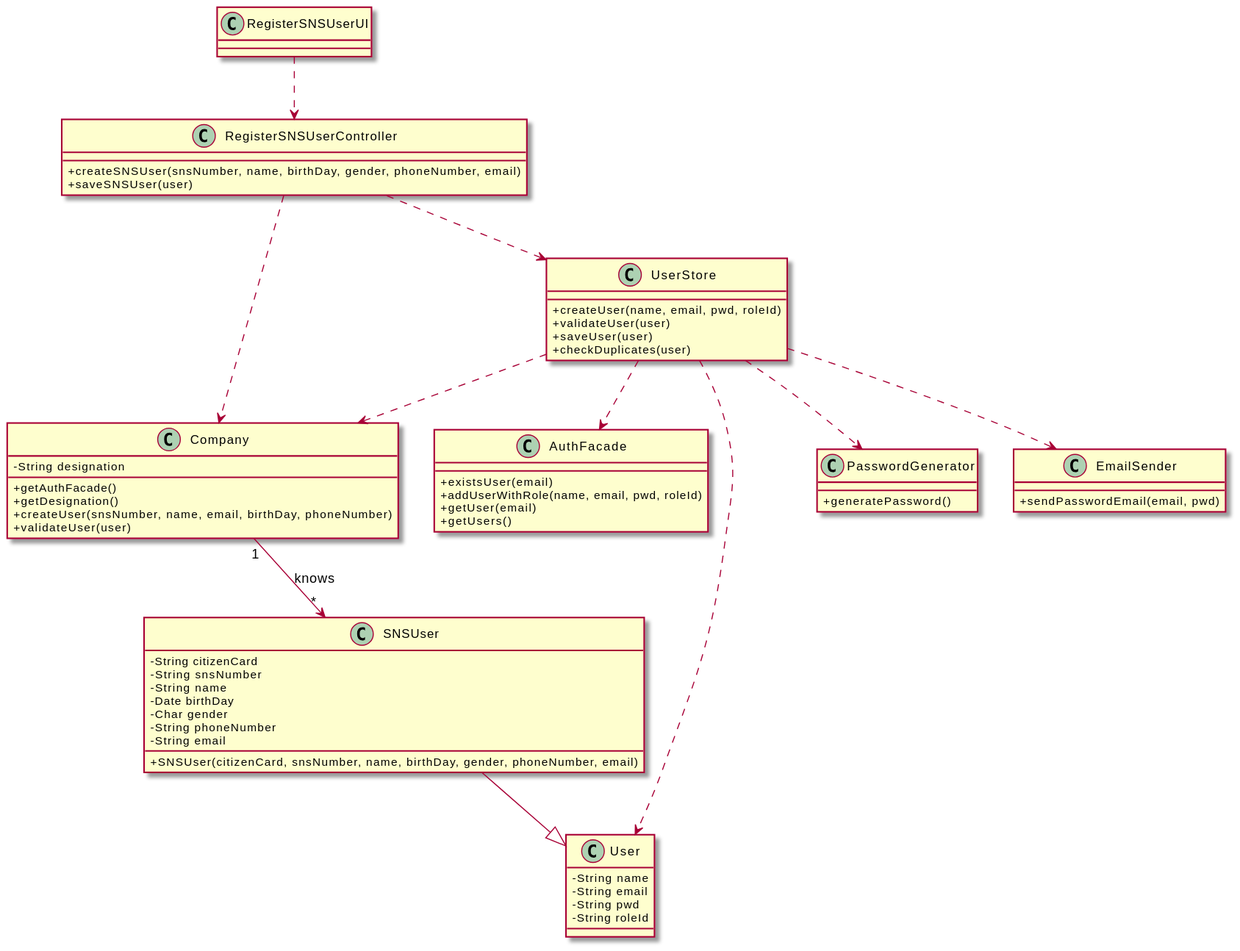
miseEnPlace-i/lapr2 keeps this PlantUML diagram as docs/SprintB/US03/CD/US03_CD.svg. Above is the earlier version.
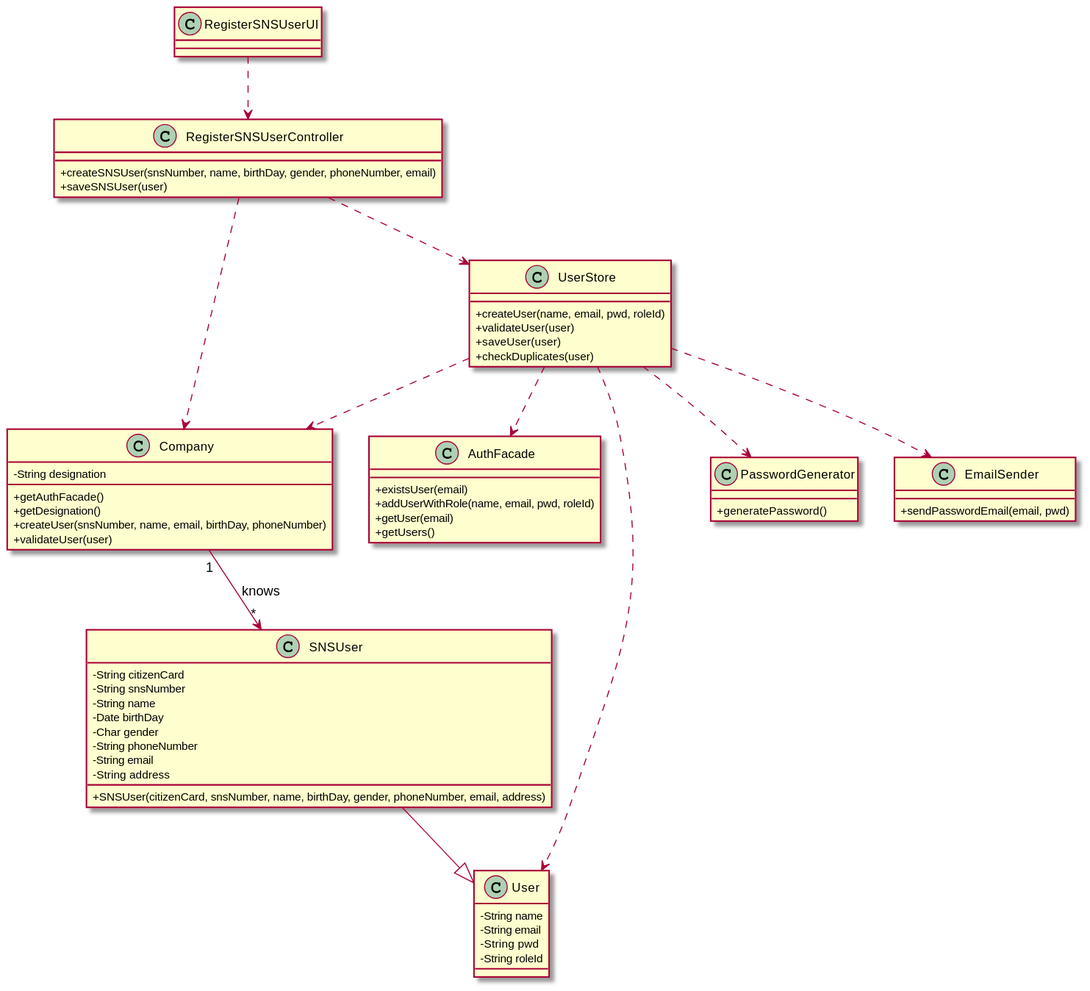
Above is the later version.

Commit message:
docs(US03): add address attribute to SNSUser

The edit, as a diff of the source:
```diff
@@ -33,7 +33,8 @@
   - Char gender
   - String phoneNumber
   - String email
-  + SNSUser(citizenCard, snsNumber, name, birthDay, gender, phoneNumber, email)
+  - String address
+  + SNSUser(citizenCard, snsNumber, name, birthDay, gender, phoneNumber, email, address)
 }
 
 class User {
```
